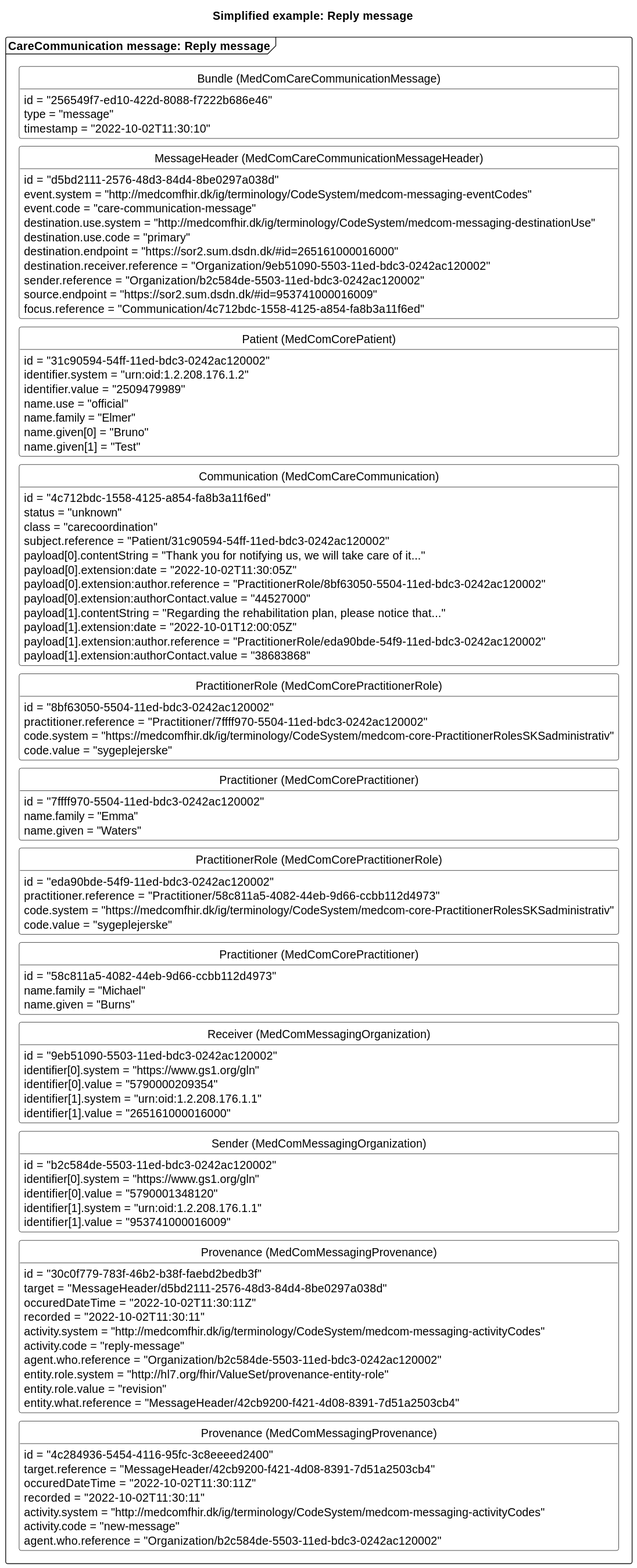
Above: input/images/carecommunication/CCreplyMessage.svg in medcomdk/dk-medcom-carecommunication (PlantUML), before the change.
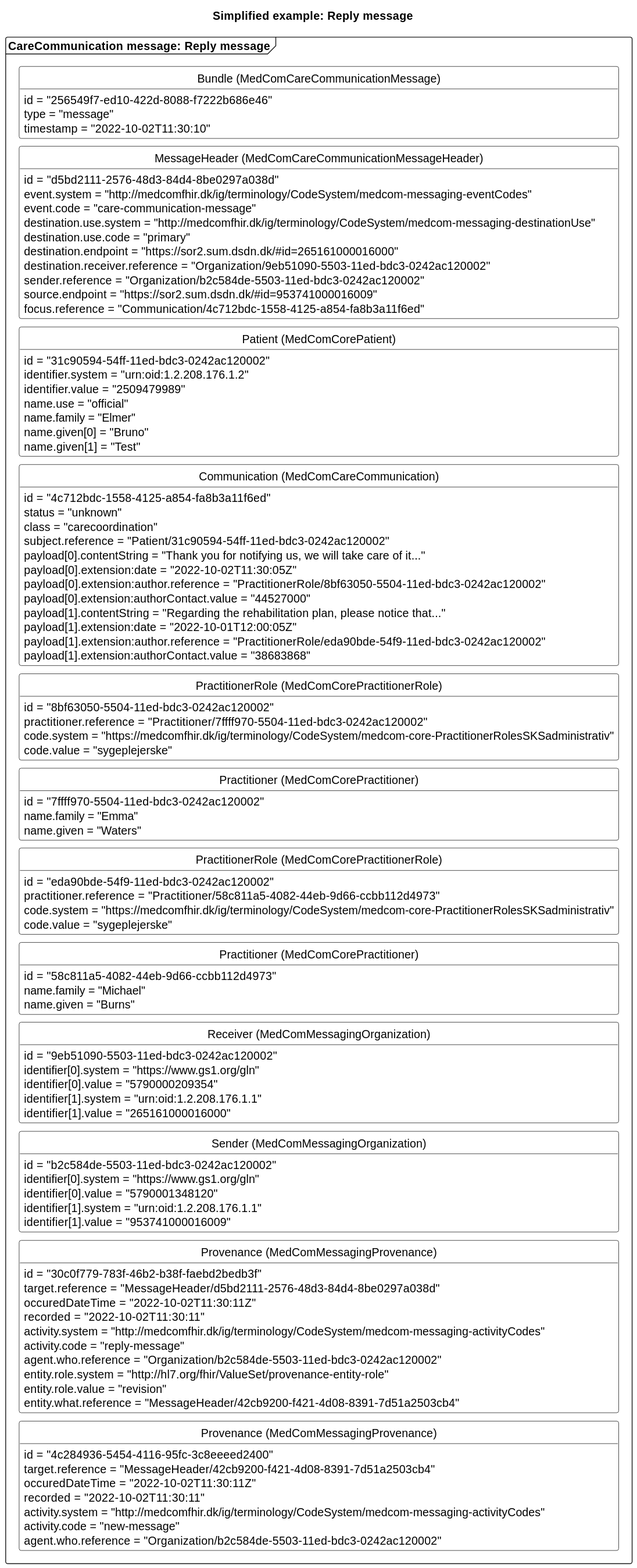
The same file after the commit.

Diff of the diagram source:
```diff
@@ -92,7 +92,7 @@
     }
     class "Provenance (MedComMessagingProvenance)" as replyPRO{
         id = "30c0f779-783f-46b2-b38f-faebd2bedb3f"
-        target = "MessageHeader/d5bd2111-2576-48d3-84d4-8be0297a038d"
+        target.reference = "MessageHeader/d5bd2111-2576-48d3-84d4-8be0297a038d"
         occuredDateTime = "2022-10-02T11:30:11Z"
         recorded = "2022-10-02T11:30:11"
         activity.system = "http://medcomfhir.dk/ig/terminology/CodeSystem/medcom-messaging-activityCodes"
```
